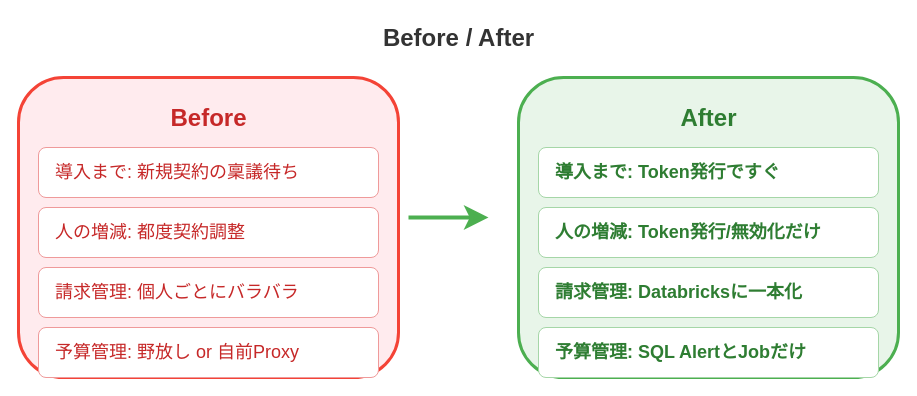
i9wa4/i9wa4.github.io keeps this draw.io diagram as assets/2026-01-27-jedai-ai-gateway/before-after.drawio. Above is the earlier version. Source tidied: cells renumbered, new cells numbered last; positions are measured from the earlier drawing's top-left corner, leaving out a move shared by most shapes. Both pictures are drawn from the tidied source at 100%, with x=0, y=0 at pixel (18, 17).
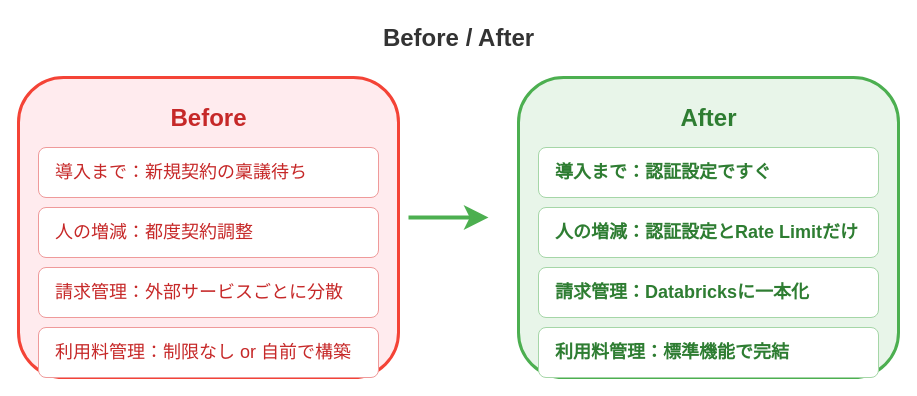
Above is the later version.

Commit message (it also covers changes not shown here):
fix(slides): before-after図の内容を修正

- 全角コロンに統一
- Before: 請求管理、利用料管理の表現を修正
- After: 導入、人の増減、利用料管理の表現を修正

What changed in the source:
```diff
@@
-    <mxCell id="7" value="導入まで: 新規契約の稟議待ち" style="text;html=1;fontSize=18;fontFamily=Noto Sans JP;fontColor=#C62828;align=left;verticalAlign=middle;" parent="1" vertex="1">
+    <mxCell id="7" value="導入まで：新規契約の稟議待ち" style="text;html=1;fontSize=18;fontFamily=Noto Sans JP;fontColor=#C62828;align=left;verticalAlign=middle;" parent="1" vertex="1">
       <mxGeometry x="35" y="135" width="310" height="40" as="geometry" />
     </mxCell>
@@
-    <mxCell id="9" value="人の増減: 都度契約調整" style="text;html=1;fontSize=18;fontFamily=Noto Sans JP;fontColor=#C62828;align=left;verticalAlign=middle;" parent="1" vertex="1">
+    <mxCell id="9" value="人の増減：都度契約調整" style="text;html=1;fontSize=18;fontFamily=Noto Sans JP;fontColor=#C62828;align=left;verticalAlign=middle;" parent="1" vertex="1">
       <mxGeometry x="35" y="195" width="310" height="40" as="geometry" />
     </mxCell>
@@
-    <mxCell id="11" value="請求管理: 個人ごとにバラバラ" style="text;html=1;fontSize=18;fontFamily=Noto Sans JP;fontColor=#C62828;align=left;verticalAlign=middle;" parent="1" vertex="1">
+    <mxCell id="11" value="請求管理：外部サービスごとに分散" style="text;html=1;fontSize=18;fontFamily=Noto Sans JP;fontColor=#C62828;align=left;verticalAlign=middle;" parent="1" vertex="1">
       <mxGeometry x="35" y="255" width="310" height="40" as="geometry" />
     </mxCell>
@@
-    <mxCell id="13" value="予算管理: 野放し or 自前Proxy" style="text;html=1;fontSize=18;fontFamily=Noto Sans JP;fontColor=#C62828;align=left;verticalAlign=middle;" parent="1" vertex="1">
+    <mxCell id="13" value="利用料管理：制限なし or 自前で構築" style="text;html=1;fontSize=18;fontFamily=Noto Sans JP;fontColor=#C62828;align=left;verticalAlign=middle;" parent="1" vertex="1">
       <mxGeometry x="35" y="315" width="310" height="40" as="geometry" />
     </mxCell>
@@
-    <mxCell id="17" value="導入まで: Token発行ですぐ" style="text;html=1;fontSize=18;fontFamily=Noto Sans JP;fontStyle=1;fontColor=#2E7D32;align=left;verticalAlign=middle;" parent="1" vertex="1">
+    <mxCell id="17" value="導入まで：認証設定ですぐ" style="text;html=1;fontSize=18;fontFamily=Noto Sans JP;fontStyle=1;fontColor=#2E7D32;align=left;verticalAlign=middle;" parent="1" vertex="1">
       <mxGeometry x="535" y="135" width="310" height="40" as="geometry" />
     </mxCell>
@@
-    <mxCell id="19" value="人の増減: Token発行/無効化だけ" style="text;html=1;fontSize=18;fontFamily=Noto Sans JP;fontStyle=1;fontColor=#2E7D32;align=left;verticalAlign=middle;" parent="1" vertex="1">
+    <mxCell id="19" value="人の増減：認証設定とRate Limitだけ" style="text;html=1;fontSize=18;fontFamily=Noto Sans JP;fontStyle=1;fontColor=#2E7D32;align=left;verticalAlign=middle;" parent="1" vertex="1">
       <mxGeometry x="535" y="195" width="310" height="40" as="geometry" />
     </mxCell>
@@
-    <mxCell id="21" value="請求管理: Databricksに一本化" style="text;html=1;fontSize=18;fontFamily=Noto Sans JP;fontStyle=1;fontColor=#2E7D32;align=left;verticalAlign=middle;" parent="1" vertex="1">
+    <mxCell id="21" value="請求管理：Databricksに一本化" style="text;html=1;fontSize=18;fontFamily=Noto Sans JP;fontStyle=1;fontColor=#2E7D32;align=left;verticalAlign=middle;" parent="1" vertex="1">
       <mxGeometry x="535" y="255" width="310" height="40" as="geometry" />
     </mxCell>
@@
-    <mxCell id="23" value="予算管理: SQL AlertとJobだけ" style="text;html=1;fontSize=18;fontFamily=Noto Sans JP;fontStyle=1;fontColor=#2E7D32;align=left;verticalAlign=middle;" parent="1" vertex="1">
+    <mxCell id="23" value="利用料管理：標準機能で完結" style="text;html=1;fontSize=18;fontFamily=Noto Sans JP;fontStyle=1;fontColor=#2E7D32;align=left;verticalAlign=middle;" parent="1" vertex="1">
       <mxGeometry x="535" y="315" width="310" height="40" as="geometry" />
     </mxCell>
```
